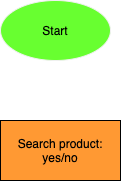
The draw.io diagram explore/diagramming/diagram.drawio.png in ansavp/fa21-cse110-lab4, before a commit. Source tidied: cells renumbered, new cells last; positions are measured from the earlier drawing's top-left corner, leaving out a move shared by most shapes.
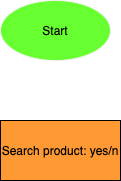
The same diagram one commit later.

Change to the diagram source:
```diff
@@ -5,7 +5,7 @@
     <mxCell id="2" value="&lt;font color=&quot;#000000&quot;&gt;Start&lt;/font&gt;" style="ellipse;whiteSpace=wrap;html=1;fillColor=#68FF30;strokeColor=#F0F0F0;" parent="1" vertex="1">
       <mxGeometry width="110" height="60" as="geometry" />
     </mxCell>
-    <mxCell id="3" value="&lt;font color=&quot;#000000&quot;&gt;Search product: yes/no&lt;/font&gt;" style="rounded=0;whiteSpace=wrap;html=1;fillColor=#FF9933;" parent="1" vertex="1">
+    <mxCell id="3" value="&lt;font color=&quot;#000000&quot;&gt;Search product: yes/n&lt;br&gt;&lt;/font&gt;" style="rounded=0;whiteSpace=wrap;html=1;fillColor=#FF9933;" parent="1" vertex="1">
       <mxGeometry y="120" width="120" height="60" as="geometry" />
     </mxCell>
   </root>
```
